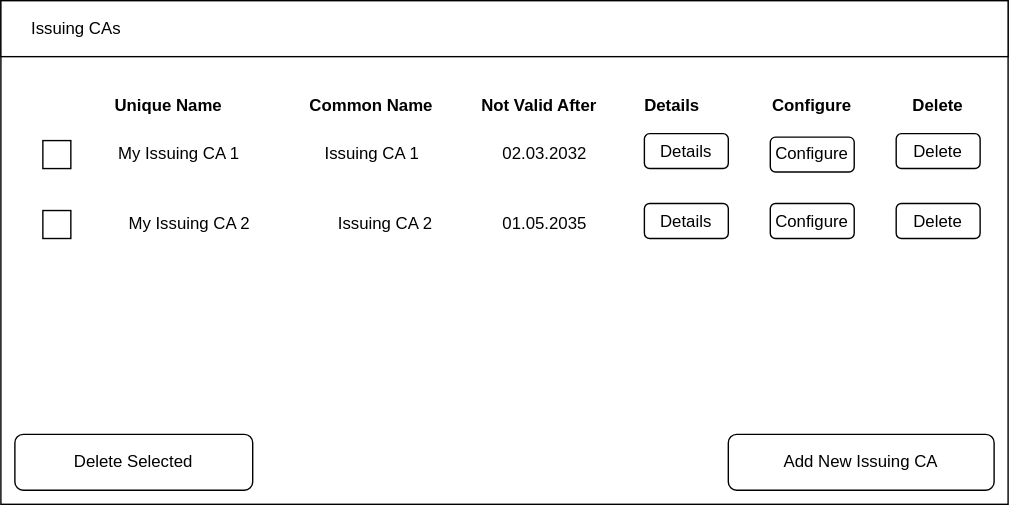
TrustPoint-Project/trustpoint keeps this draw.io diagram as docs/source/_static/issuing_cas.drawio.svg. Above is the earlier version. Source tidied: cells renumbered, new cells last; positions are measured from the earlier drawing's top-left corner, leaving out a move shared by most shapes.
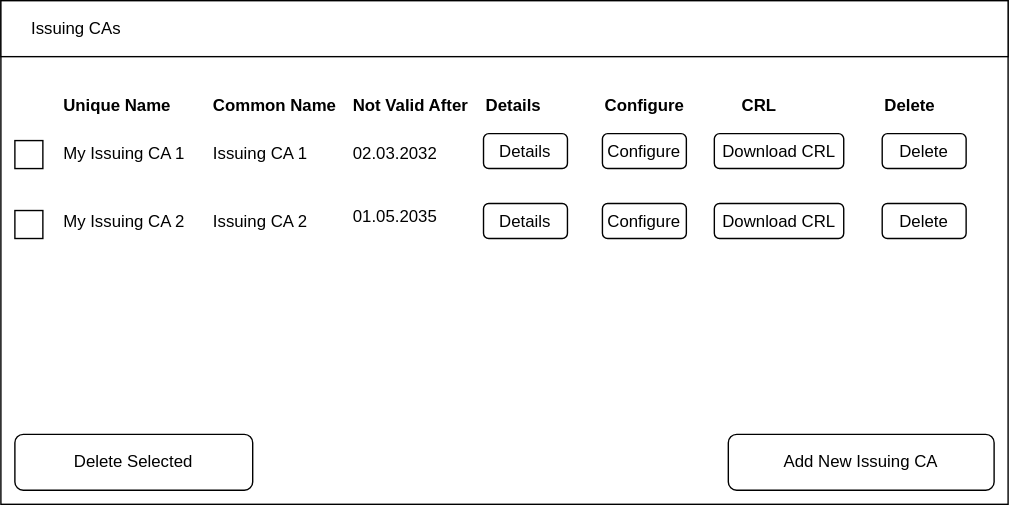
Above is the later version.

Diff of the diagram source:
```diff
@@ -18,64 +18,73 @@
       <mxGeometry x="10" y="310" width="170" height="40" as="geometry" />
     </mxCell>
     <mxCell id="7" style="whiteSpace=wrap;html=1;" parent="1" vertex="1">
-      <mxGeometry x="30" y="100" width="20" height="20" as="geometry" />
+      <mxGeometry x="10" y="100" width="20" height="20" as="geometry" />
     </mxCell>
     <mxCell id="8" style="whiteSpace=wrap;html=1;" parent="1" vertex="1">
-      <mxGeometry x="30" y="150" width="20" height="20" as="geometry" />
+      <mxGeometry x="10" y="150" width="20" height="20" as="geometry" />
     </mxCell>
-    <mxCell id="9" value="Unique Name" style="text;html=1;align=center;verticalAlign=middle;whiteSpace=wrap;rounded=0;fontStyle=1;" parent="1" vertex="1">
-      <mxGeometry x="80" y="60" width="80" height="30" as="geometry" />
+    <mxCell id="9" value="Unique Name" style="text;html=1;align=left;verticalAlign=middle;whiteSpace=wrap;rounded=0;fontStyle=1;" parent="1" vertex="1">
+      <mxGeometry x="42.5" y="60" width="80" height="30" as="geometry" />
     </mxCell>
-    <mxCell id="10" value="Common Name" style="text;html=1;align=center;verticalAlign=middle;whiteSpace=wrap;rounded=0;fontStyle=1;" parent="1" vertex="1">
-      <mxGeometry x="210" y="60" width="110" height="30" as="geometry" />
+    <mxCell id="10" value="Common Name" style="text;html=1;align=left;verticalAlign=middle;whiteSpace=wrap;rounded=0;fontStyle=1;" parent="1" vertex="1">
+      <mxGeometry x="150" y="60" width="110" height="30" as="geometry" />
     </mxCell>
-    <mxCell id="11" value="Not Valid After" style="text;html=1;align=center;verticalAlign=middle;whiteSpace=wrap;rounded=0;fontStyle=1;" parent="1" vertex="1">
-      <mxGeometry x="340" y="60" width="90" height="30" as="geometry" />
+    <mxCell id="11" value="Not Valid After" style="text;html=1;align=left;verticalAlign=middle;whiteSpace=wrap;rounded=0;fontStyle=1;" parent="1" vertex="1">
+      <mxGeometry x="250" y="60" width="90" height="30" as="geometry" />
     </mxCell>
-    <mxCell id="12" value="Details" style="text;html=1;align=center;verticalAlign=middle;whiteSpace=wrap;rounded=0;fontStyle=1;" parent="1" vertex="1">
-      <mxGeometry x="440" y="60" width="80" height="30" as="geometry" />
+    <mxCell id="12" value="Details" style="text;html=1;align=left;verticalAlign=middle;whiteSpace=wrap;rounded=0;fontStyle=1;" parent="1" vertex="1">
+      <mxGeometry x="345" y="60" width="55" height="30" as="geometry" />
     </mxCell>
-    <mxCell id="13" value="Configure" style="text;html=1;align=center;verticalAlign=middle;whiteSpace=wrap;rounded=0;fontStyle=1;" parent="1" vertex="1">
-      <mxGeometry x="540" y="60" width="80" height="30" as="geometry" />
+    <mxCell id="13" value="Configure" style="text;html=1;align=left;verticalAlign=middle;whiteSpace=wrap;rounded=0;fontStyle=1;" parent="1" vertex="1">
+      <mxGeometry x="430" y="60" width="65" height="30" as="geometry" />
     </mxCell>
-    <mxCell id="14" value="Delete" style="text;html=1;align=center;verticalAlign=middle;whiteSpace=wrap;rounded=0;fontStyle=1;" parent="1" vertex="1">
-      <mxGeometry x="630" y="60" width="80" height="30" as="geometry" />
+    <mxCell id="14" value="CRL" style="text;html=1;align=left;verticalAlign=middle;whiteSpace=wrap;rounded=0;fontStyle=1;" parent="1" vertex="1">
+      <mxGeometry x="527.5" y="60" width="55" height="30" as="geometry" />
     </mxCell>
-    <mxCell id="15" value="My Issuing CA 1" style="text;html=1;align=center;verticalAlign=middle;whiteSpace=wrap;rounded=0;" parent="1" vertex="1">
-      <mxGeometry x="70" y="95" width="115" height="30" as="geometry" />
+    <mxCell id="15" value="My Issuing CA 1" style="text;html=1;align=left;verticalAlign=middle;whiteSpace=wrap;rounded=0;" parent="1" vertex="1">
+      <mxGeometry x="42.5" y="95" width="107.5" height="30" as="geometry" />
     </mxCell>
-    <mxCell id="16" value="My Issuing CA 2" style="text;html=1;align=center;verticalAlign=middle;whiteSpace=wrap;rounded=0;" parent="1" vertex="1">
-      <mxGeometry x="70" y="145" width="130" height="30" as="geometry" />
+    <mxCell id="16" value="My Issuing CA 2" style="text;html=1;align=left;verticalAlign=middle;whiteSpace=wrap;rounded=0;" parent="1" vertex="1">
+      <mxGeometry x="42.5" y="142.5" width="97.5" height="30" as="geometry" />
     </mxCell>
-    <mxCell id="17" value="Issuing CA 1" style="text;html=1;align=center;verticalAlign=middle;whiteSpace=wrap;rounded=0;" parent="1" vertex="1">
-      <mxGeometry x="207.5" y="95" width="115" height="30" as="geometry" />
+    <mxCell id="17" value="Issuing CA 1" style="text;html=1;align=left;verticalAlign=middle;whiteSpace=wrap;rounded=0;" parent="1" vertex="1">
+      <mxGeometry x="150" y="95" width="115" height="30" as="geometry" />
     </mxCell>
-    <mxCell id="18" value="Issuing CA 2" style="text;html=1;align=center;verticalAlign=middle;whiteSpace=wrap;rounded=0;" parent="1" vertex="1">
-      <mxGeometry x="210" y="145" width="130" height="30" as="geometry" />
+    <mxCell id="18" value="Issuing CA 2" style="text;html=1;align=left;verticalAlign=middle;whiteSpace=wrap;rounded=0;" parent="1" vertex="1">
+      <mxGeometry x="150" y="142.5" width="130" height="30" as="geometry" />
     </mxCell>
-    <mxCell id="19" value="02.03.2032" style="text;html=1;align=center;verticalAlign=middle;whiteSpace=wrap;rounded=0;" parent="1" vertex="1">
-      <mxGeometry x="350" y="95" width="77.5" height="30" as="geometry" />
+    <mxCell id="19" value="02.03.2032" style="text;html=1;align=left;verticalAlign=middle;whiteSpace=wrap;rounded=0;" parent="1" vertex="1">
+      <mxGeometry x="250" y="95" width="77.5" height="30" as="geometry" />
     </mxCell>
-    <mxCell id="20" value="01.05.2035" style="text;html=1;align=center;verticalAlign=middle;whiteSpace=wrap;rounded=0;" parent="1" vertex="1">
-      <mxGeometry x="350" y="145" width="77.5" height="30" as="geometry" />
+    <mxCell id="20" value="01.05.2035" style="text;html=1;align=left;verticalAlign=middle;whiteSpace=wrap;rounded=0;" parent="1" vertex="1">
+      <mxGeometry x="250" y="140" width="77.5" height="30" as="geometry" />
     </mxCell>
     <mxCell id="21" value="Details" style="rounded=1;whiteSpace=wrap;html=1;" parent="1" vertex="1">
-      <mxGeometry x="460" y="95" width="60" height="25" as="geometry" />
+      <mxGeometry x="345" y="95" width="60" height="25" as="geometry" />
     </mxCell>
     <mxCell id="22" value="Details" style="rounded=1;whiteSpace=wrap;html=1;" parent="1" vertex="1">
-      <mxGeometry x="460" y="145" width="60" height="25" as="geometry" />
+      <mxGeometry x="345" y="145" width="60" height="25" as="geometry" />
     </mxCell>
     <mxCell id="23" value="Configure" style="rounded=1;whiteSpace=wrap;html=1;" parent="1" vertex="1">
-      <mxGeometry x="550" y="97.5" width="60" height="25" as="geometry" />
+      <mxGeometry x="430" y="95" width="60" height="25" as="geometry" />
     </mxCell>
     <mxCell id="24" value="Configure" style="rounded=1;whiteSpace=wrap;html=1;" parent="1" vertex="1">
-      <mxGeometry x="550" y="145" width="60" height="25" as="geometry" />
+      <mxGeometry x="430" y="145" width="60" height="25" as="geometry" />
     </mxCell>
-    <mxCell id="25" value="Delete" style="rounded=1;whiteSpace=wrap;html=1;" parent="1" vertex="1">
-      <mxGeometry x="640" y="95" width="60" height="25" as="geometry" />
-    </mxCell>
-    <mxCell id="26" value="Delete" style="rounded=1;whiteSpace=wrap;html=1;" parent="1" vertex="1">
-      <mxGeometry x="640" y="145" width="60" height="25" as="geometry" />
+    <mxCell id="26" value="Download CRL" style="rounded=1;whiteSpace=wrap;html=1;" parent="1" vertex="1">
+      <mxGeometry x="510" y="145" width="92.5" height="25" as="geometry" />
     </mxCell>
+    <mxCell id="27" value="Delete" style="text;html=1;align=left;verticalAlign=middle;whiteSpace=wrap;rounded=0;fontStyle=1;" parent="1" vertex="1">
+      <mxGeometry x="630" y="60" width="55" height="30" as="geometry" />
+    </mxCell>
+    <mxCell id="28" value="Delete" style="rounded=1;whiteSpace=wrap;html=1;" parent="1" vertex="1">
+      <mxGeometry x="630" y="95" width="60" height="25" as="geometry" />
+    </mxCell>
+    <mxCell id="29" value="Delete" style="rounded=1;whiteSpace=wrap;html=1;" parent="1" vertex="1">
+      <mxGeometry x="630" y="145" width="60" height="25" as="geometry" />
+    </mxCell>
+    <mxCell id="30" value="Download CRL" style="rounded=1;whiteSpace=wrap;html=1;" parent="1" vertex="1">
+      <mxGeometry x="510" y="95" width="92.5" height="25" as="geometry" />
+    </mxCell>
   </root>
 </mxGraphModel>
```
